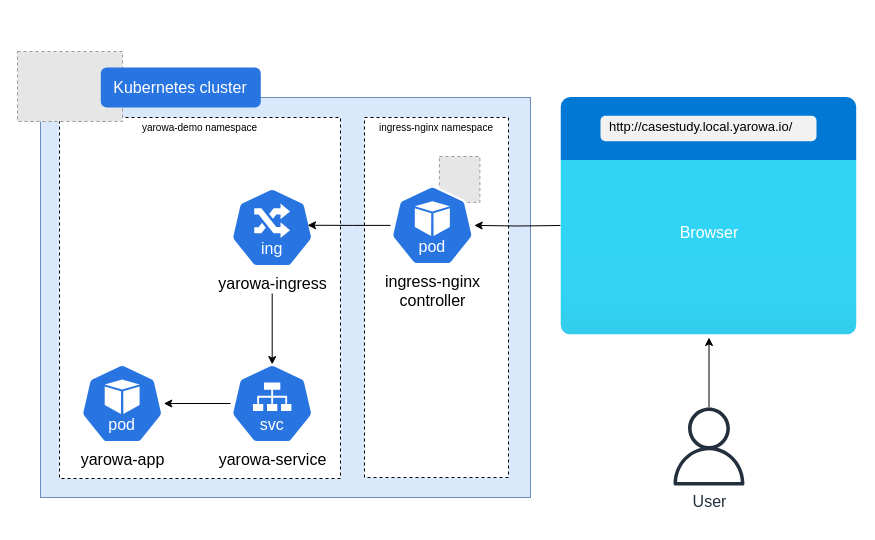
The draw.io diagram assets/yarowa-k8s-cluster.drawio in halaoner/yarowa-demo, before the edit. Source tidied: cells renumbered, new cells numbered last; positions are measured from the earlier drawing's top-left corner, leaving out a move shared by most shapes. Both pictures are drawn from the tidied source at 100%, with x=0, y=0 at pixel (17, 17). Pictures stored in the file or linked from it are replaced by grey dashed boxes.
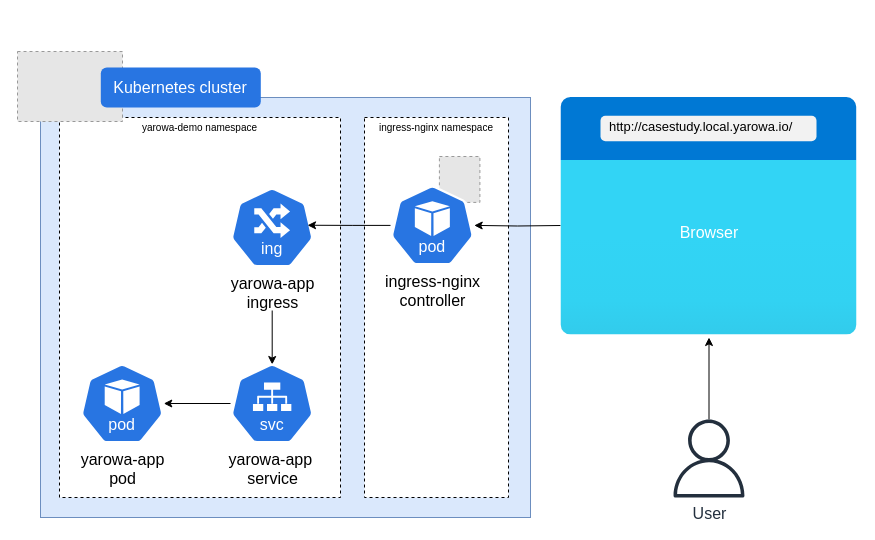
After the change.

Commit message (it also covers changes not shown here):
Fix naming convention in architecture diagram

What changed in the source:
```diff
@@
     <mxCell id="2" style="rounded=0;whiteSpace=wrap;html=1;fillColor=#dae8fc;strokeColor=#6c8ebf;" parent="1" vertex="1">
-      <mxGeometry x="23" y="80" width="490" height="400" as="geometry" />
+      <mxGeometry x="23" y="80" width="490" height="420" as="geometry" />
     </mxCell>
     <mxCell id="3" style="rounded=0;whiteSpace=wrap;html=1;dashed=1;" parent="1" vertex="1">
-      <mxGeometry x="42" y="100" width="281" height="361" as="geometry" />
+      <mxGeometry x="42" y="100" width="281" height="380" as="geometry" />
     </mxCell>
     <mxCell id="4" style="edgeStyle=orthogonalEdgeStyle;rounded=0;orthogonalLoop=1;jettySize=auto;html=1;" parent="1" edge="1">
       <mxGeometry relative="1" as="geometry">
-        <mxPoint x="254.7" y="276" as="sourcePoint" />
+        <mxPoint x="254.7" y="293" as="sourcePoint" />
         <mxPoint x="254.7" y="347" as="targetPoint" />
       </mxGeometry>
     </mxCell>
-    <mxCell id="5" value="&lt;font style=&quot;font-size: 16px;&quot;&gt;yarowa-ingress&lt;/font&gt;" style="sketch=0;html=1;dashed=0;whitespace=wrap;verticalLabelPosition=bottom;verticalAlign=top;fillColor=#2875E2;strokeColor=#ffffff;points=[[0.005,0.63,0],[0.1,0.2,0],[0.9,0.2,0],[0.5,0,0],[0.995,0.63,0],[0.72,0.99,0],[0.5,1,0],[0.28,0.99,0]];shape=mxgraph.kubernetes.icon2;kubernetesLabel=1;prIcon=ing;" parent="1" vertex="1">
+    <mxCell id="5" value="&lt;font style=&quot;font-size: 16px;&quot;&gt;yarowa-app&lt;/font&gt;&lt;div&gt;&lt;font style=&quot;font-size: 16px;&quot;&gt;ingress&lt;/font&gt;&lt;/div&gt;" style="sketch=0;html=1;dashed=0;whitespace=wrap;verticalLabelPosition=bottom;verticalAlign=top;fillColor=#2875E2;strokeColor=#ffffff;points=[[0.005,0.63,0],[0.1,0.2,0],[0.9,0.2,0],[0.5,0,0],[0.995,0.63,0],[0.72,0.99,0],[0.5,1,0],[0.28,0.99,0]];shape=mxgraph.kubernetes.icon2;kubernetesLabel=1;prIcon=ing;" parent="1" vertex="1">
       <mxGeometry x="213" y="170" width="83.3" height="80" as="geometry" />
     </mxCell>
-    <mxCell id="6" value="&lt;font style=&quot;font-size: 16px;&quot;&gt;yarowa-app&lt;/font&gt;" style="sketch=0;html=1;dashed=0;whitespace=wrap;verticalLabelPosition=bottom;verticalAlign=top;fillColor=#2875E2;strokeColor=#ffffff;points=[[0.005,0.63,0],[0.1,0.2,0],[0.9,0.2,0],[0.5,0,0],[0.995,0.63,0],[0.72,0.99,0],[0.5,1,0],[0.28,0.99,0]];shape=mxgraph.kubernetes.icon2;kubernetesLabel=1;prIcon=pod;" parent="1" vertex="1">
+    <mxCell id="6" value="&lt;font style=&quot;font-size: 16px;&quot;&gt;yarowa-app&lt;/font&gt;&lt;div&gt;&lt;font style=&quot;font-size: 16px;&quot;&gt;pod&lt;/font&gt;&lt;/div&gt;" style="sketch=0;html=1;dashed=0;whitespace=wrap;verticalLabelPosition=bottom;verticalAlign=top;fillColor=#2875E2;strokeColor=#ffffff;points=[[0.005,0.63,0],[0.1,0.2,0],[0.9,0.2,0],[0.5,0,0],[0.995,0.63,0],[0.72,0.99,0],[0.5,1,0],[0.28,0.99,0]];shape=mxgraph.kubernetes.icon2;kubernetesLabel=1;prIcon=pod;" parent="1" vertex="1">
       <mxGeometry x="63" y="346" width="83.3" height="80" as="geometry" />
     </mxCell>
@@
-    <mxCell id="8" value="&lt;font style=&quot;font-size: 16px;&quot;&gt;yarowa-service&lt;/font&gt;" style="sketch=0;html=1;dashed=0;whitespace=wrap;verticalLabelPosition=bottom;verticalAlign=top;fillColor=#2875E2;strokeColor=#ffffff;points=[[0.005,0.63,0],[0.1,0.2,0],[0.9,0.2,0],[0.5,0,0],[0.995,0.63,0],[0.72,0.99,0],[0.5,1,0],[0.28,0.99,0]];shape=mxgraph.kubernetes.icon2;kubernetesLabel=1;prIcon=svc;" parent="1" vertex="1">
+    <mxCell id="8" value="&lt;font style=&quot;font-size: 16px;&quot;&gt;yarowa-app&amp;nbsp;&lt;/font&gt;&lt;div&gt;&lt;font style=&quot;font-size: 16px;&quot;&gt;service&lt;/font&gt;&lt;/div&gt;" style="sketch=0;html=1;dashed=0;whitespace=wrap;verticalLabelPosition=bottom;verticalAlign=top;fillColor=#2875E2;strokeColor=#ffffff;points=[[0.005,0.63,0],[0.1,0.2,0],[0.9,0.2,0],[0.5,0,0],[0.995,0.63,0],[0.72,0.99,0],[0.5,1,0],[0.28,0.99,0]];shape=mxgraph.kubernetes.icon2;kubernetesLabel=1;prIcon=svc;" parent="1" vertex="1">
       <mxGeometry x="213" y="346" width="83.3" height="80" as="geometry" />
     </mxCell>
@@
     <mxCell id="10" value="&lt;font style=&quot;font-size: 16px;&quot;&gt;User&lt;/font&gt;" style="sketch=0;outlineConnect=0;fontColor=#232F3E;gradientColor=none;fillColor=#232F3D;strokeColor=none;dashed=0;verticalLabelPosition=bottom;verticalAlign=top;align=center;html=1;fontSize=12;fontStyle=0;shape=mxgraph.aws4.user;" parent="1" vertex="1">
-      <mxGeometry x="652.5" y="390" width="78" height="78" as="geometry" />
+      <mxGeometry x="652.5" y="402" width="78" height="78" as="geometry" />
     </mxCell>
@@
     <mxCell id="14" style="group;" parent="1" vertex="1">
-      <mxGeometry x="373" y="130" width="118" height="330" as="geometry" />
+      <mxGeometry x="373" y="130" width="118" height="350" as="geometry" />
     </mxCell>
     <mxCell id="15" style="rounded=0;whiteSpace=wrap;html=1;dashed=1;" parent="14" vertex="1">
-      <mxGeometry x="-26" y="-30" width="144" height="360" as="geometry" />
+      <mxGeometry x="-26" y="-30" width="144" height="380" as="geometry" />
     </mxCell>
```
